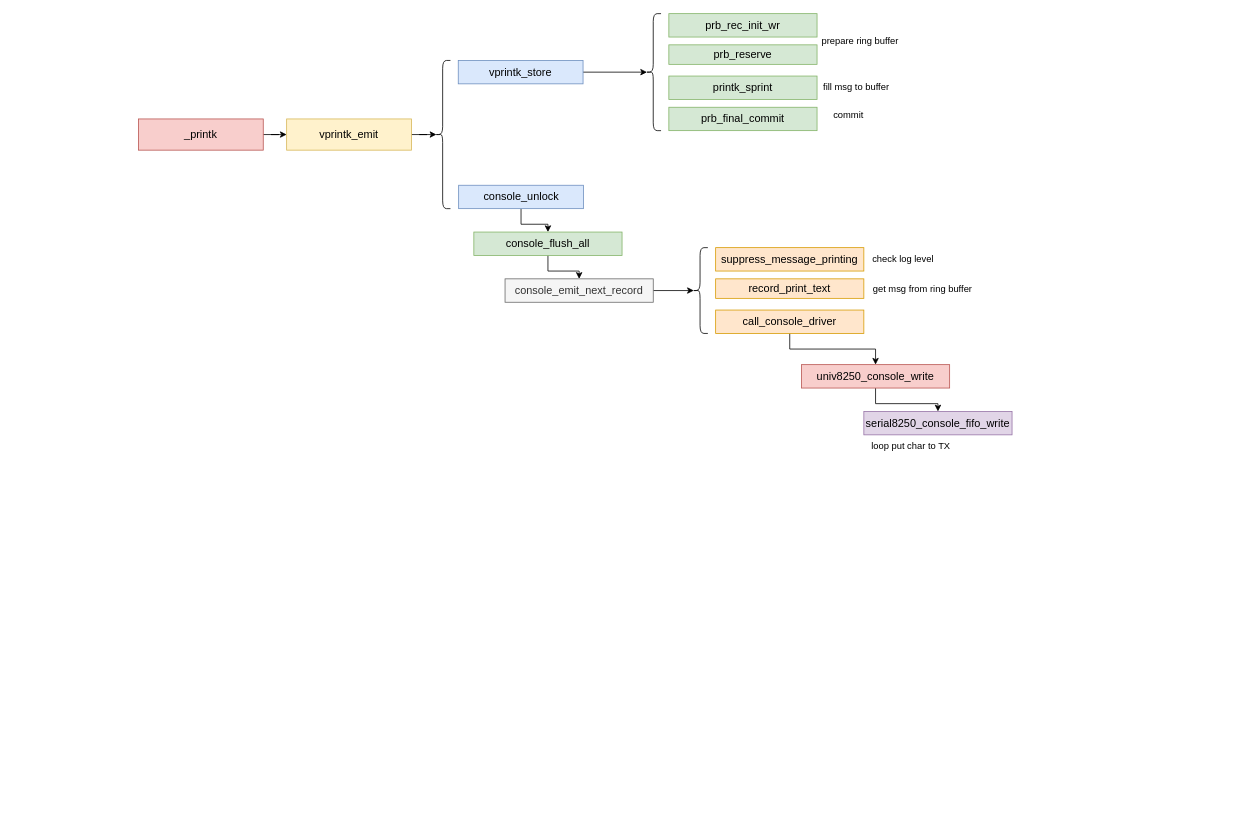
The draw.io diagram page "debug" (5 of 5) of linux3.drawio in thomas-coding/drawio, before the edit. Source tidied: cells renumbered, new cells numbered last; positions are measured from the earlier drawing's top-left corner, leaving out a move shared by most shapes. Both pictures are drawn from the tidied source at 78%, with x=0, y=0 at pixel (138, 13).
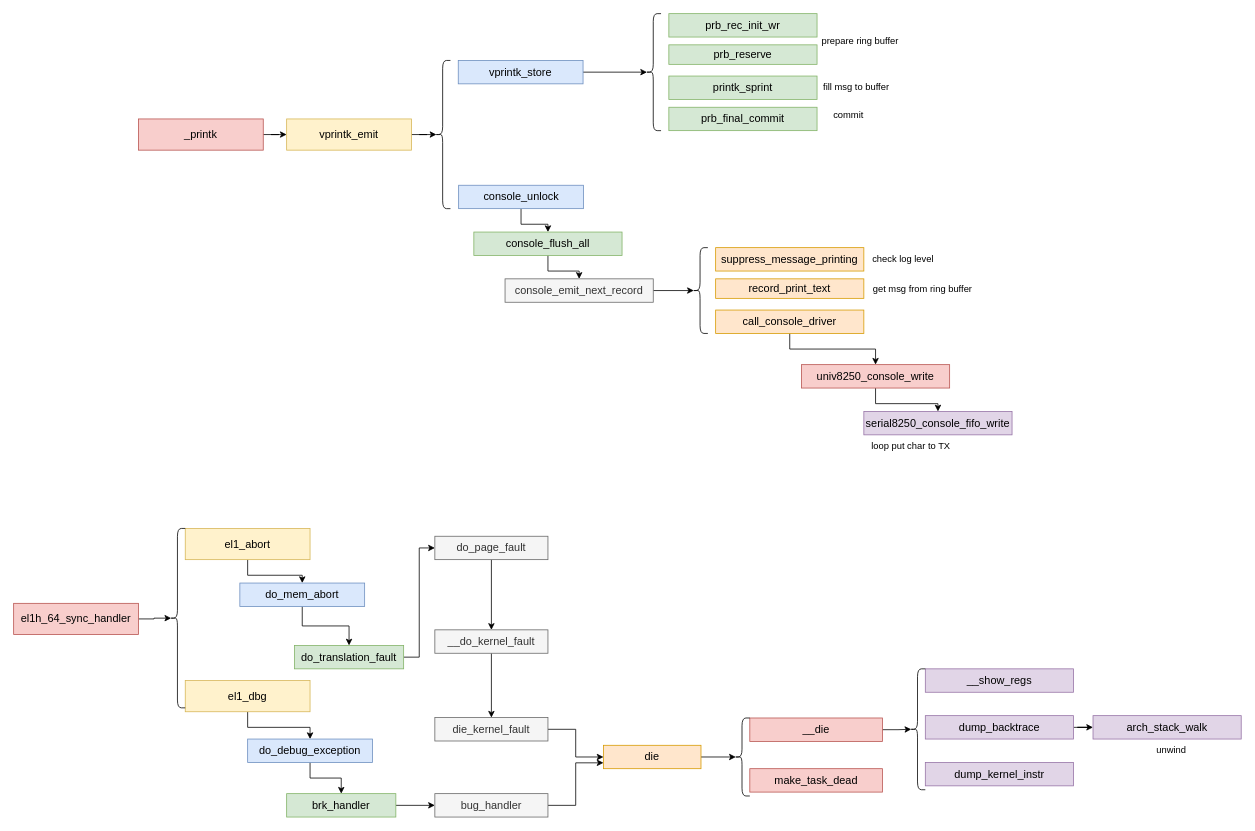
The same diagram, later.

What changed in the source:
```diff
@@
+    <mxCell id="34" style="edgeStyle=orthogonalEdgeStyle;rounded=0;jettySize=auto;html=1;entryX=0.5;entryY=0;entryDx=0;entryDy=0;" parent="1" edge="1" source="35" target="39">
+      <mxGeometry relative="1" as="geometry" />
+    </mxCell>
+    <mxCell id="35" value="el1_dbg" style="rounded=0;whiteSpace=wrap;html=1;shadow=0;fontStyle=0;fontSize=14;fillColor=#fff2cc;strokeColor=#d6b656;" parent="1" vertex="1">
+      <mxGeometry x="60" y="855" width="160" height="40" as="geometry" />
+    </mxCell>
+    <mxCell id="36" style="edgeStyle=orthogonalEdgeStyle;rounded=0;jettySize=auto;html=1;entryX=0.1;entryY=0.5;entryDx=0;entryDy=0;entryPerimeter=0;" parent="1" edge="1" source="37" target="69">
+      <mxGeometry relative="1" as="geometry" />
+    </mxCell>
+    <mxCell id="37" value="el1h_64_sync_handler" style="rounded=0;whiteSpace=wrap;html=1;shadow=0;fontStyle=0;fontSize=14;fillColor=#f8cecc;strokeColor=#b85450;" parent="1" vertex="1">
+      <mxGeometry x="-160" y="756" width="160" height="40" as="geometry" />
+    </mxCell>
+    <mxCell id="38" style="edgeStyle=orthogonalEdgeStyle;rounded=0;jettySize=auto;html=1;" parent="1" edge="1" source="39" target="41">
+      <mxGeometry relative="1" as="geometry" />
+    </mxCell>
+    <mxCell id="39" value="do_debug_exception" style="rounded=0;whiteSpace=wrap;html=1;shadow=0;fontStyle=0;fontSize=14;fillColor=#dae8fc;strokeColor=#6c8ebf;" parent="1" vertex="1">
+      <mxGeometry x="140" y="930" width="160" height="30" as="geometry" />
+    </mxCell>
+    <mxCell id="40" style="edgeStyle=orthogonalEdgeStyle;rounded=0;jettySize=auto;html=1;entryX=0;entryY=0.5;entryDx=0;entryDy=0;" parent="1" edge="1" source="41" target="43">
+      <mxGeometry relative="1" as="geometry" />
+    </mxCell>
+    <mxCell id="41" value="brk_handler" style="rounded=0;whiteSpace=wrap;html=1;shadow=0;fontStyle=0;fontSize=14;fillColor=#d5e8d4;strokeColor=#82b366;" parent="1" vertex="1">
+      <mxGeometry x="190" y="1000" width="140" height="30" as="geometry" />
+    </mxCell>
+    <mxCell id="42" style="edgeStyle=orthogonalEdgeStyle;rounded=0;jettySize=auto;html=1;entryX=0;entryY=0.75;entryDx=0;entryDy=0;" parent="1" edge="1" source="43" target="45">
+      <mxGeometry relative="1" as="geometry" />
+    </mxCell>
+    <mxCell id="43" value="bug_handler" style="rounded=0;whiteSpace=wrap;html=1;shadow=0;fontStyle=0;fontSize=14;fillColor=#f5f5f5;strokeColor=#666666;fontColor=#333333;" parent="1" vertex="1">
+      <mxGeometry x="380" y="1000" width="145" height="30" as="geometry" />
+    </mxCell>
+    <mxCell id="44" style="edgeStyle=orthogonalEdgeStyle;rounded=0;jettySize=auto;html=1;entryX=0.1;entryY=0.5;entryDx=0;entryDy=0;entryPerimeter=0;" parent="1" edge="1" source="45" target="55">
+      <mxGeometry relative="1" as="geometry" />
+    </mxCell>
+    <mxCell id="45" value="die" style="rounded=0;whiteSpace=wrap;html=1;shadow=0;fontStyle=0;fontSize=14;fillColor=#ffe6cc;strokeColor=#d79b00;" parent="1" vertex="1">
+      <mxGeometry x="596.2" y="938" width="125" height="30" as="geometry" />
+    </mxCell>
+    <mxCell id="46" style="edgeStyle=orthogonalEdgeStyle;rounded=0;jettySize=auto;html=1;entryX=0.1;entryY=0.5;entryDx=0;entryDy=0;entryPerimeter=0;" parent="1" edge="1" source="47" target="56">
+      <mxGeometry relative="1" as="geometry" />
+    </mxCell>
+    <mxCell id="47" value="__die" style="rounded=0;whiteSpace=wrap;html=1;shadow=0;fontStyle=0;fontSize=14;fillColor=#f8cecc;strokeColor=#b85450;" parent="1" vertex="1">
+      <mxGeometry x="783.8" y="903" width="170" height="30" as="geometry" />
+    </mxCell>
+    <mxCell id="48" value="make_task_dead" style="rounded=0;whiteSpace=wrap;html=1;shadow=0;fontStyle=0;fontSize=14;fillColor=#f8cecc;strokeColor=#b85450;" parent="1" vertex="1">
+      <mxGeometry x="783.8" y="968" width="170" height="30" as="geometry" />
+    </mxCell>
+    <mxCell id="49" value="__show_regs" style="rounded=0;whiteSpace=wrap;html=1;shadow=0;fontStyle=0;fontSize=14;fillColor=#e1d5e7;strokeColor=#9673a6;" parent="1" vertex="1">
+      <mxGeometry x="1008.8" y="840" width="190" height="30" as="geometry" />
+    </mxCell>
+    <mxCell id="50" style="edgeStyle=orthogonalEdgeStyle;rounded=0;jettySize=auto;html=1;entryX=0;entryY=0.5;entryDx=0;entryDy=0;" parent="1" edge="1" source="51" target="53">
+      <mxGeometry relative="1" as="geometry" />
+    </mxCell>
+    <mxCell id="51" value="dump_backtrace" style="rounded=0;whiteSpace=wrap;html=1;shadow=0;fontStyle=0;fontSize=14;fillColor=#e1d5e7;strokeColor=#9673a6;" parent="1" vertex="1">
+      <mxGeometry x="1008.8" y="900" width="190" height="30" as="geometry" />
+    </mxCell>
+    <mxCell id="52" value="dump_kernel_instr" style="rounded=0;whiteSpace=wrap;html=1;shadow=0;fontStyle=0;fontSize=14;fillColor=#e1d5e7;strokeColor=#9673a6;" parent="1" vertex="1">
+      <mxGeometry x="1008.8" y="960" width="190" height="30" as="geometry" />
+    </mxCell>
+    <mxCell id="53" value="arch_stack_walk" style="rounded=0;whiteSpace=wrap;html=1;shadow=0;fontStyle=0;fontSize=14;fillColor=#e1d5e7;strokeColor=#9673a6;" parent="1" vertex="1">
+      <mxGeometry x="1223.8" y="900" width="190" height="30" as="geometry" />
+    </mxCell>
+    <mxCell id="54" value="unwind" style="text;html=1;align=center;verticalAlign=middle;strokeColor=none;fillColor=none;" parent="1" vertex="1">
+      <mxGeometry x="1293.8" y="930" width="60" height="30" as="geometry" />
+    </mxCell>
+    <mxCell id="55" style="shape=curlyBracket;whiteSpace=wrap;html=1;rounded=1;labelPosition=left;verticalLabelPosition=middle;align=right;verticalAlign=middle;" parent="1" vertex="1">
+      <mxGeometry x="763.8" y="903" width="20" height="100" as="geometry" />
+    </mxCell>
+    <mxCell id="56" style="shape=curlyBracket;whiteSpace=wrap;html=1;rounded=1;labelPosition=left;verticalLabelPosition=middle;align=right;verticalAlign=middle;" parent="1" vertex="1">
+      <mxGeometry x="988.8" y="840" width="20" height="155" as="geometry" />
+    </mxCell>
+    <mxCell id="57" style="edgeStyle=orthogonalEdgeStyle;rounded=0;jettySize=auto;html=1;" parent="1" edge="1" source="58" target="60">
+      <mxGeometry relative="1" as="geometry" />
+    </mxCell>
+    <mxCell id="58" value="el1_abort" style="rounded=0;whiteSpace=wrap;html=1;shadow=0;fontStyle=0;fontSize=14;fillColor=#fff2cc;strokeColor=#d6b656;" parent="1" vertex="1">
+      <mxGeometry x="60" y="660" width="160" height="40" as="geometry" />
+    </mxCell>
+    <mxCell id="59" style="edgeStyle=orthogonalEdgeStyle;rounded=0;jettySize=auto;html=1;" parent="1" edge="1" source="60" target="62">
+      <mxGeometry relative="1" as="geometry" />
+    </mxCell>
+    <mxCell id="60" value="do_mem_abort" style="rounded=0;whiteSpace=wrap;html=1;shadow=0;fontStyle=0;fontSize=14;fillColor=#dae8fc;strokeColor=#6c8ebf;" parent="1" vertex="1">
+      <mxGeometry x="130" y="730" width="160" height="30" as="geometry" />
+    </mxCell>
+    <mxCell id="61" style="edgeStyle=orthogonalEdgeStyle;rounded=0;jettySize=auto;html=1;entryX=0;entryY=0.5;entryDx=0;entryDy=0;" parent="1" edge="1" source="62" target="64">
+      <mxGeometry relative="1" as="geometry" />
+    </mxCell>
+    <mxCell id="62" value="do_translation_fault" style="rounded=0;whiteSpace=wrap;html=1;shadow=0;fontStyle=0;fontSize=14;fillColor=#d5e8d4;strokeColor=#82b366;" parent="1" vertex="1">
+      <mxGeometry x="200" y="810" width="140" height="30" as="geometry" />
+    </mxCell>
+    <mxCell id="63" style="edgeStyle=orthogonalEdgeStyle;rounded=0;jettySize=auto;html=1;" parent="1" edge="1" source="64" target="66">
+      <mxGeometry relative="1" as="geometry" />
+    </mxCell>
+    <mxCell id="64" value="do_page_fault" style="rounded=0;whiteSpace=wrap;html=1;shadow=0;fontStyle=0;fontSize=14;fillColor=#f5f5f5;strokeColor=#666666;fontColor=#333333;" parent="1" vertex="1">
+      <mxGeometry x="380" y="670" width="145" height="30" as="geometry" />
+    </mxCell>
+    <mxCell id="65" style="edgeStyle=orthogonalEdgeStyle;rounded=0;jettySize=auto;html=1;" parent="1" edge="1" source="66" target="68">
+      <mxGeometry relative="1" as="geometry" />
+    </mxCell>
+    <mxCell id="66" value="__do_kernel_fault" style="rounded=0;whiteSpace=wrap;html=1;shadow=0;fontStyle=0;fontSize=14;fillColor=#f5f5f5;strokeColor=#666666;fontColor=#333333;" parent="1" vertex="1">
+      <mxGeometry x="380" y="790" width="145" height="30" as="geometry" />
+    </mxCell>
+    <mxCell id="67" style="edgeStyle=orthogonalEdgeStyle;rounded=0;jettySize=auto;html=1;entryX=0;entryY=0.5;entryDx=0;entryDy=0;" parent="1" edge="1" source="68" target="45">
+      <mxGeometry relative="1" as="geometry" />
+    </mxCell>
+    <mxCell id="68" value="die_kernel_fault" style="rounded=0;whiteSpace=wrap;html=1;shadow=0;fontStyle=0;fontSize=14;fillColor=#f5f5f5;strokeColor=#666666;fontColor=#333333;" parent="1" vertex="1">
+      <mxGeometry x="380" y="902.5" width="145" height="30" as="geometry" />
+    </mxCell>
+    <mxCell id="69" style="shape=curlyBracket;whiteSpace=wrap;html=1;rounded=1;labelPosition=left;verticalLabelPosition=middle;align=right;verticalAlign=middle;" parent="1" vertex="1">
+      <mxGeometry x="40" y="660" width="20" height="230" as="geometry" />
+    </mxCell>
```
